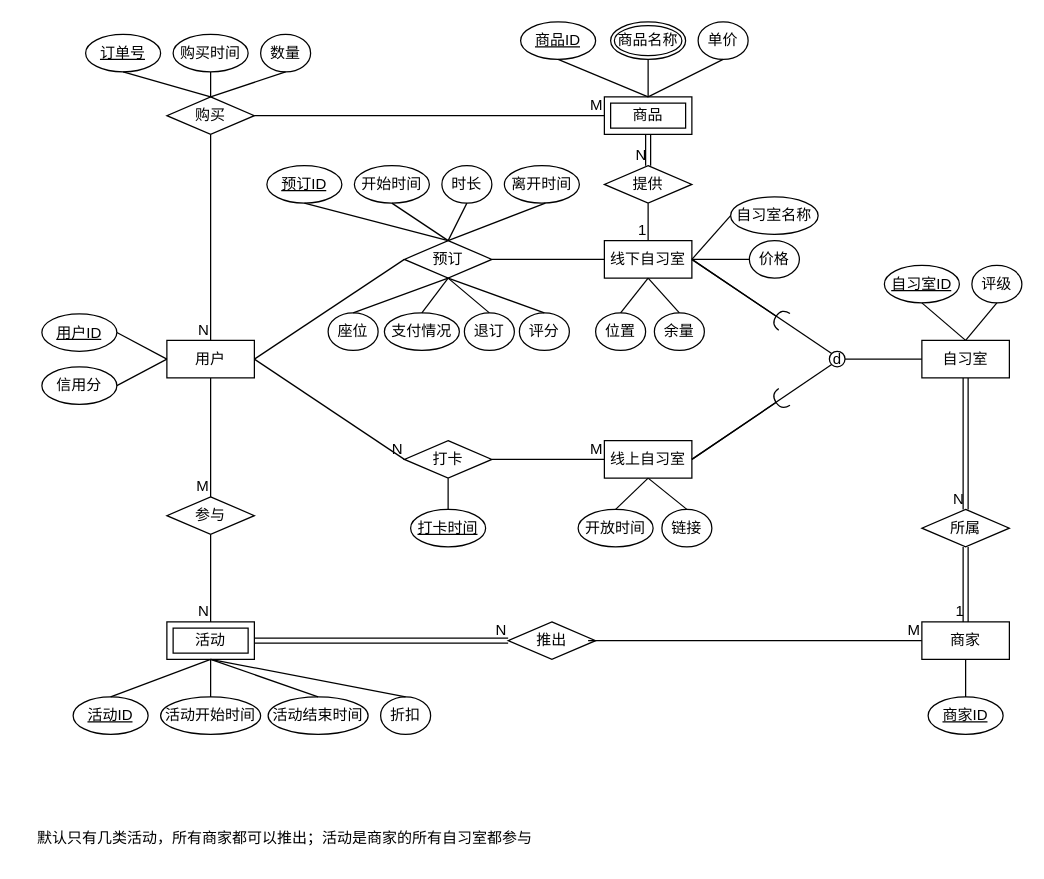
Before: 未命名绘图.drawio in wuhongmei/pic, a draw.io diagram. Source tidied: cells renumbered, new cells numbered last; positions are measured from the earlier drawing's top-left corner, leaving out a move shared by most shapes. Both pictures are drawn from the tidied source at 125%, with x=0, y=0 at pixel (21, 21).
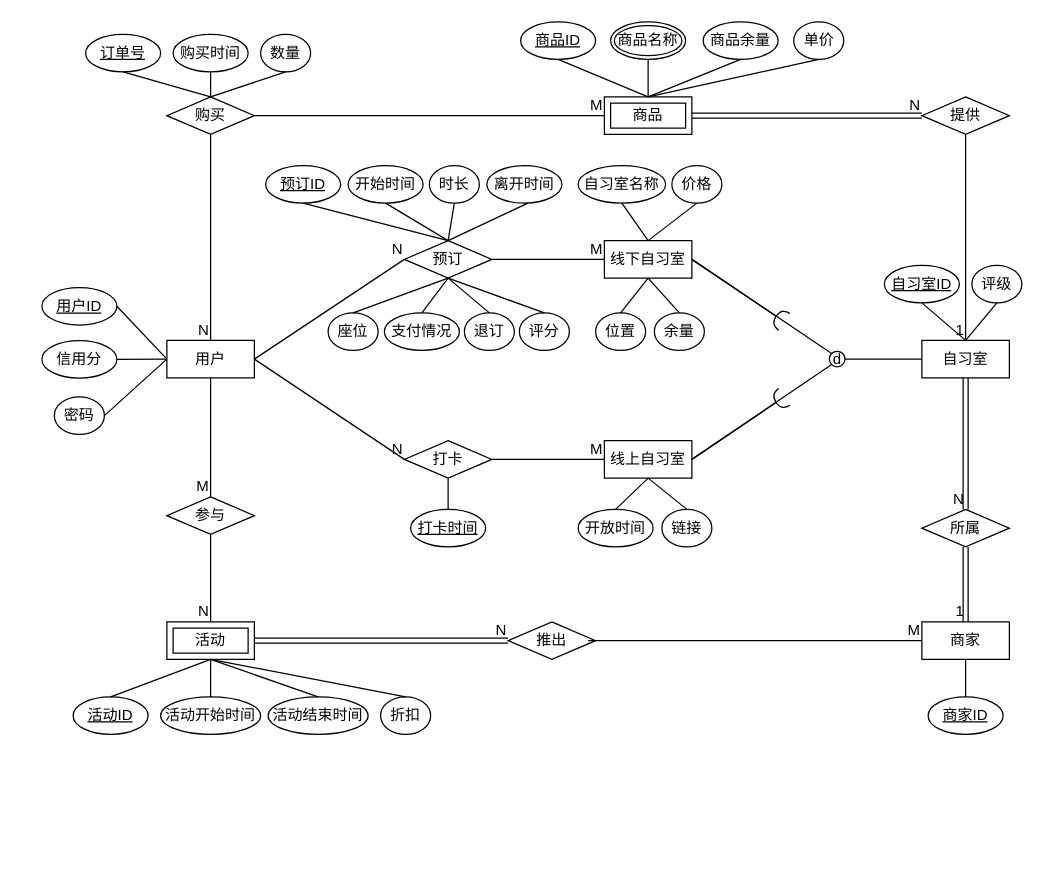
After the change.

The change refers to these unchanged cells:
```xml
<mxCell id="2" value="商品" style="shape=ext;margin=3;double=1;whiteSpace=wrap;html=1;align=center;" parent="1" vertex="1">
  <mxGeometry x="466" y="60" width="70" height="30" as="geometry" />
</mxCell>
<mxCell id="5" value="用户" style="whiteSpace=wrap;html=1;align=center;" parent="1" vertex="1">
  <mxGeometry x="116" y="254.8" width="70" height="30" as="geometry" />
</mxCell>
<mxCell id="8" value="线下自习室" style="whiteSpace=wrap;html=1;align=center;" parent="1" vertex="1">
  <mxGeometry x="466" y="175" width="70" height="30" as="geometry" />
</mxCell>
<mxCell id="9" value="自习室" style="whiteSpace=wrap;html=1;align=center;" parent="1" vertex="1">
  <mxGeometry x="720" y="254.8" width="70" height="30" as="geometry" />
</mxCell>
<mxCell id="16" value="预订" style="shape=rhombus;perimeter=rhombusPerimeter;whiteSpace=wrap;html=1;align=center;" parent="1" vertex="1">
  <mxGeometry x="306" y="175" width="70" height="30" as="geometry" />
</mxCell>
<mxCell id="26" value="商品名称" style="ellipse;shape=doubleEllipse;margin=3;whiteSpace=wrap;html=1;align=center;" parent="1" vertex="1">
  <mxGeometry x="471" width="60" height="30" as="geometry" />
</mxCell>
<mxCell id="27" value="商品ID" style="ellipse;whiteSpace=wrap;html=1;align=center;fontStyle=4;" parent="1" vertex="1">
  <mxGeometry x="399" width="60" height="30" as="geometry" />
</mxCell>
```

What changed in the source:
```diff
@@
     <mxCell id="18" value="提供" style="shape=rhombus;perimeter=rhombusPerimeter;whiteSpace=wrap;html=1;align=center;" parent="1" vertex="1">
-      <mxGeometry x="466" y="115" width="70" height="30" as="geometry" />
+      <mxGeometry x="720" y="60" width="70" height="30" as="geometry" />
     </mxCell>
@@
-    <mxCell id="22" style="endArrow=none;html=1;rounded=0;exitX=1;exitY=0.5;exitDx=0;exitDy=0;entryX=0;entryY=0.5;entryDx=0;entryDy=0;" parent="1" edge="1" source="5" target="16">
-      <mxGeometry relative="1" as="geometry" />
-    </mxCell>
-    <mxCell id="23" style="endArrow=none;html=1;rounded=0;exitX=1;exitY=0.5;exitDx=0;exitDy=0;entryX=0;entryY=0.5;entryDx=0;entryDy=0;" parent="1" edge="1" source="16" target="8">
-      <mxGeometry relative="1" as="geometry" />
-    </mxCell>
@@
     <mxCell id="25" value="单价" style="ellipse;whiteSpace=wrap;html=1;align=center;" parent="1" vertex="1">
-      <mxGeometry x="541" width="40" height="30" as="geometry" />
+      <mxGeometry x="617.5" width="40" height="30" as="geometry" />
     </mxCell>
@@
     <mxCell id="30" value="预订ID" style="ellipse;whiteSpace=wrap;html=1;align=center;fontStyle=4;" parent="1" vertex="1">
-      <mxGeometry x="196" y="115" width="60" height="30" as="geometry" />
+      <mxGeometry x="195" y="115" width="60" height="30" as="geometry" />
     </mxCell>
     <mxCell id="31" value="开始时间" style="ellipse;whiteSpace=wrap;html=1;align=center;" parent="1" vertex="1">
-      <mxGeometry x="266" y="115" width="60" height="30" as="geometry" />
+      <mxGeometry x="261" y="115" width="60" height="30" as="geometry" />
     </mxCell>
     <mxCell id="32" value="时长" style="ellipse;whiteSpace=wrap;html=1;align=center;" parent="1" vertex="1">
-      <mxGeometry x="336" y="115" width="40" height="30" as="geometry" />
+      <mxGeometry x="326" y="115" width="40" height="30" as="geometry" />
     </mxCell>
     <mxCell id="33" value="离开时间" style="ellipse;whiteSpace=wrap;html=1;align=center;" parent="1" vertex="1">
-      <mxGeometry x="386" y="115" width="60" height="30" as="geometry" />
+      <mxGeometry x="372" y="115" width="60" height="30" as="geometry" />
     </mxCell>
@@
     <mxCell id="41" value="信用分" style="ellipse;whiteSpace=wrap;html=1;align=center;" parent="1" vertex="1">
-      <mxGeometry x="16" y="276" width="60" height="30" as="geometry" />
+      <mxGeometry x="16" y="255" width="60" height="30" as="geometry" />
     </mxCell>
@@
     <mxCell id="47" value="用户ID" style="ellipse;whiteSpace=wrap;html=1;align=center;fontStyle=4;" parent="1" vertex="1">
-      <mxGeometry x="16" y="233.5" width="60" height="30" as="geometry" />
+      <mxGeometry x="16" y="212.5" width="60" height="30" as="geometry" />
     </mxCell>
@@
     <mxCell id="51" value="自习室名称" style="ellipse;whiteSpace=wrap;html=1;align=center;" parent="1" vertex="1">
-      <mxGeometry x="567" y="140" width="70" height="30" as="geometry" />
+      <mxGeometry x="445" y="115" width="70" height="30" as="geometry" />
     </mxCell>
     <mxCell id="52" value="价格" style="ellipse;whiteSpace=wrap;html=1;align=center;" parent="1" vertex="1">
-      <mxGeometry x="582" y="175" width="40" height="30" as="geometry" />
+      <mxGeometry x="520" y="115" width="40" height="30" as="geometry" />
     </mxCell>
@@
-    <mxCell id="58" style="endArrow=none;html=1;rounded=0;entryX=0.5;entryY=1;entryDx=0;entryDy=0;exitX=0.5;exitY=0;exitDx=0;exitDy=0;" parent="1" edge="1" target="27">
-      <mxGeometry relative="1" as="geometry">
-        <mxPoint x="501" y="60" as="sourcePoint" />
-      </mxGeometry>
+    <mxCell id="58" style="endArrow=none;html=1;rounded=0;entryX=0.5;entryY=1;entryDx=0;entryDy=0;exitX=0.5;exitY=0;exitDx=0;exitDy=0;" parent="1" edge="1" source="2" target="27">
+      <mxGeometry relative="1" as="geometry" />
     </mxCell>
-    <mxCell id="59" style="endArrow=none;html=1;rounded=0;entryX=0.5;entryY=1;entryDx=0;entryDy=0;exitX=0.5;exitY=0;exitDx=0;exitDy=0;" parent="1" edge="1" target="26">
-      <mxGeometry relative="1" as="geometry">
-        <mxPoint x="501" y="60" as="sourcePoint" />
-      </mxGeometry>
+    <mxCell id="59" style="endArrow=none;html=1;rounded=0;entryX=0.5;entryY=1;entryDx=0;entryDy=0;exitX=0.5;exitY=0;exitDx=0;exitDy=0;" parent="1" edge="1" source="2" target="26">
+      <mxGeometry relative="1" as="geometry" />
     </mxCell>
-    <mxCell id="60" style="endArrow=none;html=1;rounded=0;entryX=0.5;entryY=1;entryDx=0;entryDy=0;exitX=0.5;exitY=0;exitDx=0;exitDy=0;" parent="1" edge="1" target="25">
-      <mxGeometry relative="1" as="geometry">
-        <mxPoint x="501" y="60" as="sourcePoint" />
-      </mxGeometry>
+    <mxCell id="60" style="endArrow=none;html=1;rounded=0;entryX=0.5;entryY=1;entryDx=0;entryDy=0;exitX=0.5;exitY=0;exitDx=0;exitDy=0;" parent="1" edge="1" source="2" target="25">
+      <mxGeometry relative="1" as="geometry" />
     </mxCell>
@@
-    <mxCell id="71" style="endArrow=none;html=1;rounded=0;entryX=1;entryY=0.5;entryDx=0;entryDy=0;exitX=0;exitY=0.5;exitDx=0;exitDy=0;" parent="1" edge="1" source="52" target="8">
+    <mxCell id="71" style="endArrow=none;html=1;rounded=0;entryX=0.5;entryY=0;entryDx=0;entryDy=0;exitX=0.5;exitY=1;exitDx=0;exitDy=0;" parent="1" edge="1" source="52" target="8">
       <mxGeometry relative="1" as="geometry" />
     </mxCell>
-    <mxCell id="72" style="endArrow=none;html=1;rounded=0;entryX=1;entryY=0.5;entryDx=0;entryDy=0;exitX=0;exitY=0.5;exitDx=0;exitDy=0;" parent="1" edge="1" source="51" target="8">
+    <mxCell id="72" style="endArrow=none;html=1;rounded=0;entryX=0.5;entryY=0;entryDx=0;entryDy=0;exitX=0.5;exitY=1;exitDx=0;exitDy=0;" parent="1" edge="1" source="51" target="8">
       <mxGeometry relative="1" as="geometry" />
     </mxCell>
@@
-    <mxCell id="92" value="默认只有几类活动，所有商家都可以推出；活动是商家的所有自习室都参与" style="text;html=1;align=center;verticalAlign=middle;strokeColor=none;fillColor=none;" parent="1" vertex="1">
-      <mxGeometry y="638" width="420" height="30" as="geometry" />
-    </mxCell>
@@
-    <mxCell id="97" style="endArrow=none;html=1;rounded=0;exitX=0.5;exitY=1;exitDx=0;exitDy=0;" parent="1" edge="1" source="18" target="8">
+    <mxCell id="97" style="endArrow=none;html=1;rounded=0;exitX=0.5;exitY=1;exitDx=0;exitDy=0;entryX=0.5;entryY=0;entryDx=0;entryDy=0;" parent="1" edge="1" source="18" target="9">
       <mxGeometry relative="1" as="geometry" />
     </mxCell>
@@
-    <mxCell id="99" style="shape=link;html=1;rounded=0;exitX=0.5;exitY=1;exitDx=0;exitDy=0;entryX=0.5;entryY=0;entryDx=0;entryDy=0;" parent="1" edge="1" source="2" target="18">
+    <mxCell id="99" style="shape=link;html=1;rounded=0;exitX=1;exitY=0.5;exitDx=0;exitDy=0;entryX=0;entryY=0.5;entryDx=0;entryDy=0;" parent="1" edge="1" source="2" target="18">
       <mxGeometry relative="1" as="geometry" />
     </mxCell>
@@
+    <mxCell id="22" style="endArrow=none;html=1;rounded=0;exitX=1;exitY=0.5;exitDx=0;exitDy=0;entryX=0;entryY=0.5;entryDx=0;entryDy=0;" parent="1" edge="1" source="5" target="16">
+      <mxGeometry relative="1" as="geometry" />
+    </mxCell>
+    <mxCell id="109" value="N" style="html=1;whiteSpace=wrap;align=right;verticalAlign=bottom;" parent="22" vertex="1">
+      <mxGeometry x="1" relative="1" as="geometry" />
+    </mxCell>
+    <mxCell id="23" style="endArrow=none;html=1;rounded=0;exitX=1;exitY=0.5;exitDx=0;exitDy=0;entryX=0;entryY=0.5;entryDx=0;entryDy=0;" parent="1" edge="1" source="16" target="8">
+      <mxGeometry relative="1" as="geometry" />
+    </mxCell>
+    <mxCell id="110" value="M" style="html=1;whiteSpace=wrap;align=right;verticalAlign=bottom;" parent="23" vertex="1">
+      <mxGeometry x="1" relative="1" as="geometry" />
+    </mxCell>
+    <mxCell id="111" value="密码" style="ellipse;whiteSpace=wrap;html=1;align=center;" parent="1" vertex="1">
+      <mxGeometry x="26" y="300" width="40" height="30" as="geometry" />
+    </mxCell>
+    <mxCell id="112" style="endArrow=none;html=1;rounded=0;exitX=1;exitY=0.5;exitDx=0;exitDy=0;entryX=0;entryY=0.5;entryDx=0;entryDy=0;" parent="1" edge="1" source="111" target="5">
+      <mxGeometry relative="1" as="geometry" />
+    </mxCell>
+    <mxCell id="113" value="商品余量" style="ellipse;whiteSpace=wrap;html=1;align=center;" parent="1" vertex="1">
+      <mxGeometry x="545" width="60" height="30" as="geometry" />
+    </mxCell>
+    <mxCell id="114" style="endArrow=none;html=1;rounded=0;entryX=0.5;entryY=1;entryDx=0;entryDy=0;exitX=0.5;exitY=0;exitDx=0;exitDy=0;" parent="1" edge="1" source="2" target="113">
+      <mxGeometry relative="1" as="geometry" />
+    </mxCell>
```
